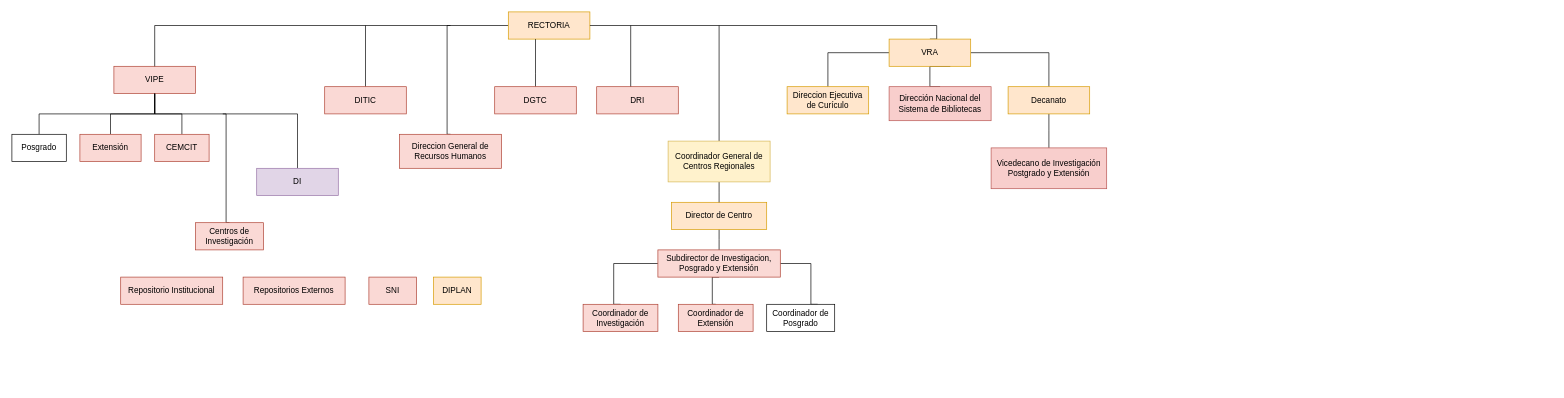
Above: page "Page-1" (1 of 2) of Comportamiento SIIC.drawio in ivanbonillac/systemdesignsiic (draw.io), before the change. Source tidied: cells renumbered, new cells numbered last; positions are measured from the earlier drawing's top-left corner, leaving out a move shared by most shapes. Both pictures are drawn from the tidied source at 68%, with x=0, y=0 at pixel (12, 12).
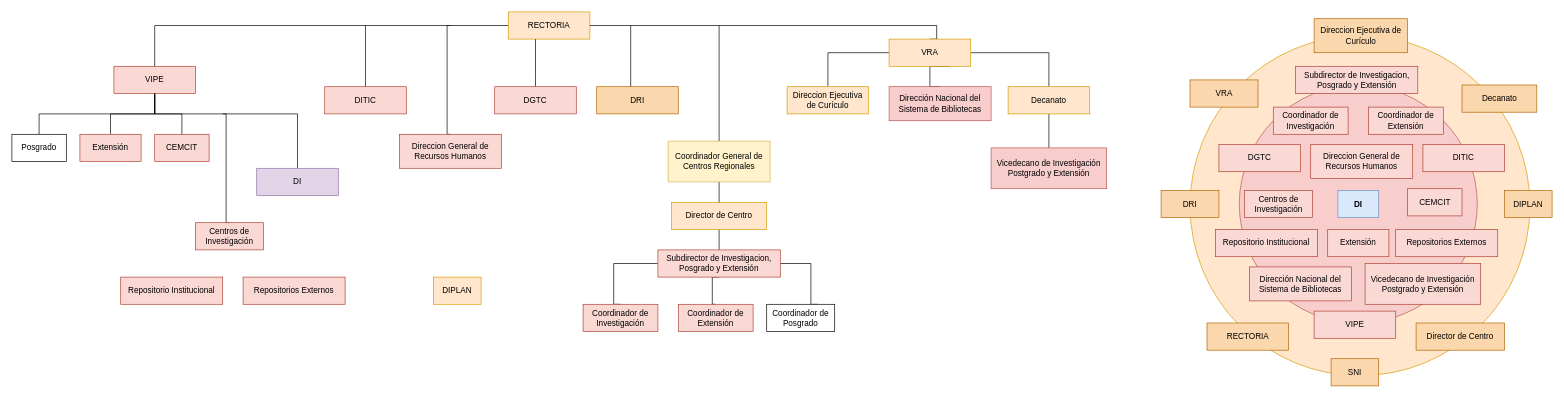
The same page after the edit.

The edit, as a diff of the source:
```diff
@@
+    <mxCell id="49" style="ellipse;whiteSpace=wrap;html=1;fillColor=#ffe6cc;strokeColor=#d79b00;" parent="1" vertex="1">
+      <mxGeometry x="1732.5" y="35" width="500" height="500" as="geometry" />
+    </mxCell>
+    <mxCell id="50" style="ellipse;whiteSpace=wrap;html=1;fillColor=#f8cecc;strokeColor=#b85450;" parent="1" vertex="1">
+      <mxGeometry x="1805" y="107.5" width="350" height="350" as="geometry" />
+    </mxCell>
@@
-    <mxCell id="19" value="SNI" style="whiteSpace=wrap;html=1;newEdgeStyle={&quot;edgeStyle&quot;:&quot;elbowEdgeStyle&quot;,&quot;startArrow&quot;:&quot;none&quot;,&quot;endArrow&quot;:&quot;none&quot;};fillColor=#fad9d5;strokeColor=#ae4132;" parent="1" vertex="1">
-      <mxGeometry x="525" y="390" width="70" height="40" as="geometry" />
+    <mxCell id="19" value="SNI" style="whiteSpace=wrap;html=1;newEdgeStyle={&quot;edgeStyle&quot;:&quot;elbowEdgeStyle&quot;,&quot;startArrow&quot;:&quot;none&quot;,&quot;endArrow&quot;:&quot;none&quot;};fillColor=#fad7ac;strokeColor=#b46504;" parent="1" vertex="1">
+      <mxGeometry x="1940" y="510" width="70" height="40" as="geometry" />
     </mxCell>
@@
-    <mxCell id="28" value="DRI" style="whiteSpace=wrap;html=1;newEdgeStyle={&quot;edgeStyle&quot;:&quot;elbowEdgeStyle&quot;,&quot;startArrow&quot;:&quot;none&quot;,&quot;endArrow&quot;:&quot;none&quot;};fillColor=#fad9d5;strokeColor=#ae4132;" parent="1" vertex="1">
+    <mxCell id="28" value="DRI" style="whiteSpace=wrap;html=1;newEdgeStyle={&quot;edgeStyle&quot;:&quot;elbowEdgeStyle&quot;,&quot;startArrow&quot;:&quot;none&quot;,&quot;endArrow&quot;:&quot;none&quot;};fillColor=#fad7ac;strokeColor=#b46504;" parent="1" vertex="1">
       <mxGeometry x="860" y="110" width="120" height="40" as="geometry" />
     </mxCell>
@@
+    <mxCell id="51" value="DI" style="whiteSpace=wrap;html=1;newEdgeStyle={&quot;edgeStyle&quot;:&quot;elbowEdgeStyle&quot;,&quot;startArrow&quot;:&quot;none&quot;,&quot;endArrow&quot;:&quot;none&quot;};fontStyle=1;fillColor=#dae8fc;strokeColor=#6c8ebf;" parent="1" vertex="1">
+      <mxGeometry x="1950" y="262.5" width="60" height="40" as="geometry" />
+    </mxCell>
+    <mxCell id="52" value="CEMCIT" style="whiteSpace=wrap;html=1;newEdgeStyle={&quot;edgeStyle&quot;:&quot;elbowEdgeStyle&quot;,&quot;startArrow&quot;:&quot;none&quot;,&quot;endArrow&quot;:&quot;none&quot;};fillColor=#fad9d5;strokeColor=#ae4132;" parent="1" vertex="1">
+      <mxGeometry x="2052.5" y="260" width="80" height="40" as="geometry" />
+    </mxCell>
+    <mxCell id="53" value="Extensión" style="whiteSpace=wrap;html=1;newEdgeStyle={&quot;edgeStyle&quot;:&quot;elbowEdgeStyle&quot;,&quot;startArrow&quot;:&quot;none&quot;,&quot;endArrow&quot;:&quot;none&quot;};fillColor=#fad9d5;strokeColor=#ae4132;" parent="1" vertex="1">
+      <mxGeometry x="1935" y="320" width="90" height="40" as="geometry" />
+    </mxCell>
+    <mxCell id="54" value="Centros de Investigación" style="whiteSpace=wrap;html=1;newEdgeStyle={&quot;edgeStyle&quot;:&quot;elbowEdgeStyle&quot;,&quot;startArrow&quot;:&quot;none&quot;,&quot;endArrow&quot;:&quot;none&quot;};fillColor=#fad9d5;strokeColor=#ae4132;" parent="1" vertex="1">
+      <mxGeometry x="1812.5" y="262.5" width="100" height="40" as="geometry" />
+    </mxCell>
+    <mxCell id="55" value="Repositorio Institucional" style="whiteSpace=wrap;html=1;newEdgeStyle={&quot;edgeStyle&quot;:&quot;elbowEdgeStyle&quot;,&quot;startArrow&quot;:&quot;none&quot;,&quot;endArrow&quot;:&quot;none&quot;};fillColor=#fad9d5;strokeColor=#ae4132;" parent="1" vertex="1">
+      <mxGeometry x="1770" y="320" width="150" height="40" as="geometry" />
+    </mxCell>
+    <mxCell id="56" value="Repositorios Externos" style="whiteSpace=wrap;html=1;newEdgeStyle={&quot;edgeStyle&quot;:&quot;elbowEdgeStyle&quot;,&quot;startArrow&quot;:&quot;none&quot;,&quot;endArrow&quot;:&quot;none&quot;};fillColor=#fad9d5;strokeColor=#ae4132;" parent="1" vertex="1">
+      <mxGeometry x="2035" y="320" width="150" height="40" as="geometry" />
+    </mxCell>
+    <mxCell id="57" value="DGTC" style="whiteSpace=wrap;html=1;newEdgeStyle={&quot;edgeStyle&quot;:&quot;elbowEdgeStyle&quot;,&quot;startArrow&quot;:&quot;none&quot;,&quot;endArrow&quot;:&quot;none&quot;};fillColor=#fad9d5;strokeColor=#ae4132;" parent="1" vertex="1">
+      <mxGeometry x="1775" y="195" width="120" height="40" as="geometry" />
+    </mxCell>
+    <mxCell id="58" value="Direccion General de Recursos Humanos" style="whiteSpace=wrap;html=1;newEdgeStyle={&quot;edgeStyle&quot;:&quot;elbowEdgeStyle&quot;,&quot;startArrow&quot;:&quot;none&quot;,&quot;endArrow&quot;:&quot;none&quot;};fillColor=#fad9d5;strokeColor=#ae4132;" parent="1" vertex="1" collapsed="1">
+      <mxGeometry x="1910" y="195" width="150" height="50" as="geometry" />
+    </mxCell>
+    <mxCell id="59" value="DITIC" style="whiteSpace=wrap;html=1;newEdgeStyle={&quot;edgeStyle&quot;:&quot;elbowEdgeStyle&quot;,&quot;startArrow&quot;:&quot;none&quot;,&quot;endArrow&quot;:&quot;none&quot;};fillColor=#fad9d5;strokeColor=#ae4132;" parent="1" vertex="1">
+      <mxGeometry x="2075" y="195" width="120" height="40" as="geometry" />
+    </mxCell>
+    <mxCell id="60" value="Subdirector de Investigacion, Posgrado y Extensión" style="whiteSpace=wrap;html=1;newEdgeStyle={&quot;edgeStyle&quot;:&quot;elbowEdgeStyle&quot;,&quot;startArrow&quot;:&quot;none&quot;,&quot;endArrow&quot;:&quot;none&quot;};fillColor=#fad9d5;strokeColor=#ae4132;" parent="1" vertex="1">
+      <mxGeometry x="1887.5" y="80" width="180" height="40" as="geometry" />
+    </mxCell>
+    <mxCell id="61" value="Coordinador de Investigación" style="whiteSpace=wrap;html=1;newEdgeStyle={&quot;edgeStyle&quot;:&quot;elbowEdgeStyle&quot;,&quot;startArrow&quot;:&quot;none&quot;,&quot;endArrow&quot;:&quot;none&quot;};fillColor=#fad9d5;strokeColor=#ae4132;" parent="1" vertex="1">
+      <mxGeometry x="1855" y="140" width="110" height="40" as="geometry" />
+    </mxCell>
+    <mxCell id="62" value="Coordinador de Extensión" style="whiteSpace=wrap;html=1;newEdgeStyle={&quot;edgeStyle&quot;:&quot;elbowEdgeStyle&quot;,&quot;startArrow&quot;:&quot;none&quot;,&quot;endArrow&quot;:&quot;none&quot;};fillColor=#fad9d5;strokeColor=#ae4132;" parent="1" vertex="1">
+      <mxGeometry x="1995" y="140" width="110" height="40" as="geometry" />
+    </mxCell>
+    <mxCell id="63" value="Vicedecano de Investigación Postgrado y Extensión" style="whiteSpace=wrap;html=1;newEdgeStyle={&quot;edgeStyle&quot;:&quot;elbowEdgeStyle&quot;,&quot;startArrow&quot;:&quot;none&quot;,&quot;endArrow&quot;:&quot;none&quot;};fillColor=#fad9d5;strokeColor=#ae4132;" parent="1" vertex="1">
+      <mxGeometry x="1990" y="370" width="170" height="60" as="geometry" />
+    </mxCell>
+    <mxCell id="64" value="Dirección Nacional del Sistema de Bibliotecas" style="whiteSpace=wrap;html=1;newEdgeStyle={&quot;edgeStyle&quot;:&quot;elbowEdgeStyle&quot;,&quot;startArrow&quot;:&quot;none&quot;,&quot;endArrow&quot;:&quot;none&quot;};fillColor=#fad9d5;strokeColor=#ae4132;" parent="1" vertex="1">
+      <mxGeometry x="1820" y="375" width="150" height="50" as="geometry" />
+    </mxCell>
+    <mxCell id="65" value="VIPE" style="whiteSpace=wrap;html=1;newEdgeStyle={&quot;edgeStyle&quot;:&quot;elbowEdgeStyle&quot;,&quot;startArrow&quot;:&quot;none&quot;,&quot;endArrow&quot;:&quot;none&quot;};fillColor=#fad9d5;strokeColor=#ae4132;" parent="1" vertex="1">
+      <mxGeometry x="1915" y="440" width="120" height="40" as="geometry" />
+    </mxCell>
+    <mxCell id="66" value="Director de Centro" style="whiteSpace=wrap;html=1;newEdgeStyle={&quot;edgeStyle&quot;:&quot;elbowEdgeStyle&quot;,&quot;startArrow&quot;:&quot;none&quot;,&quot;endArrow&quot;:&quot;none&quot;};fillColor=#fad7ac;strokeColor=#b46504;" parent="1" vertex="1">
+      <mxGeometry x="2065" y="457.5" width="130" height="40" as="geometry" />
+    </mxCell>
+    <mxCell id="67" value="DIPLAN" style="whiteSpace=wrap;html=1;newEdgeStyle={&quot;edgeStyle&quot;:&quot;elbowEdgeStyle&quot;,&quot;startArrow&quot;:&quot;none&quot;,&quot;endArrow&quot;:&quot;none&quot;};fillColor=#fad7ac;strokeColor=#b46504;" parent="1" vertex="1">
+      <mxGeometry x="2195" y="262.5" width="70" height="40" as="geometry" />
+    </mxCell>
+    <mxCell id="68" value="DRI" style="whiteSpace=wrap;html=1;newEdgeStyle={&quot;edgeStyle&quot;:&quot;elbowEdgeStyle&quot;,&quot;startArrow&quot;:&quot;none&quot;,&quot;endArrow&quot;:&quot;none&quot;};fillColor=#fad7ac;strokeColor=#b46504;" parent="1" vertex="1">
+      <mxGeometry x="1690" y="262.5" width="85" height="40" as="geometry" />
+    </mxCell>
+    <mxCell id="69" value="RECTORIA" style="whiteSpace=wrap;html=1;newEdgeStyle={&quot;edgeStyle&quot;:&quot;elbowEdgeStyle&quot;,&quot;startArrow&quot;:&quot;none&quot;,&quot;endArrow&quot;:&quot;none&quot;};fillColor=#fad7ac;strokeColor=#b46504;" parent="1" vertex="1">
+      <mxGeometry x="1757.5" y="457.5" width="120" height="40" as="geometry" />
+    </mxCell>
+    <mxCell id="70" value="VRA" style="whiteSpace=wrap;html=1;newEdgeStyle={&quot;edgeStyle&quot;:&quot;elbowEdgeStyle&quot;,&quot;startArrow&quot;:&quot;none&quot;,&quot;endArrow&quot;:&quot;none&quot;};fillColor=#fad7ac;strokeColor=#b46504;" parent="1" vertex="1">
+      <mxGeometry x="1732.5" y="100" width="100" height="40" as="geometry" />
+    </mxCell>
+    <mxCell id="71" value="Decanato" style="whiteSpace=wrap;html=1;newEdgeStyle={&quot;edgeStyle&quot;:&quot;elbowEdgeStyle&quot;,&quot;startArrow&quot;:&quot;none&quot;,&quot;endArrow&quot;:&quot;none&quot;};fillColor=#fad7ac;strokeColor=#b46504;" parent="1" vertex="1">
+      <mxGeometry x="2132.5" y="107.5" width="110" height="40" as="geometry" />
+    </mxCell>
+    <mxCell id="72" value="Direccion Ejecutiva de Curículo" style="whiteSpace=wrap;html=1;newEdgeStyle={&quot;edgeStyle&quot;:&quot;elbowEdgeStyle&quot;,&quot;startArrow&quot;:&quot;none&quot;,&quot;endArrow&quot;:&quot;none&quot;};fillColor=#fad7ac;strokeColor=#b46504;" parent="1" vertex="1">
+      <mxGeometry x="1915" y="10" width="137.5" height="50" as="geometry" />
+    </mxCell>
+    <mxCell id="73" style="edgeStyle=elbowEdgeStyle;rounded=0;orthogonalLoop=1;jettySize=auto;html=1;startArrow=none;endArrow=none;exitX=0.5;exitY=1;exitDx=0;exitDy=0;" parent="1" edge="1" source="72" target="72">
+      <mxGeometry relative="1" as="geometry" />
+    </mxCell>
+    <mxCell id="74" style="edgeStyle=elbowEdgeStyle;rounded=0;orthogonalLoop=1;jettySize=auto;html=1;startArrow=none;endArrow=none;exitX=0.5;exitY=1;exitDx=0;exitDy=0;" parent="1" edge="1" source="68" target="68">
+      <mxGeometry relative="1" as="geometry" />
+    </mxCell>
```
